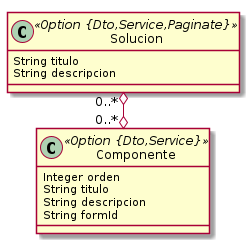
danimaniarqsoft/arche keeps this PlantUML diagram as solucion.png. Above is the earlier version.
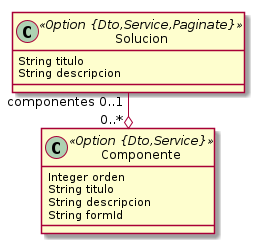
Above is the later version.

Diff of the diagram source:
```diff
@@ -11,5 +11,5 @@
 		String descripcion
 		String formId
 	}
-	Solucion  "0..* " o--o "0..* "  Componente
+	Solucion  "componentes 0..1 " --o "0..* "  Componente
 @enduml
```
